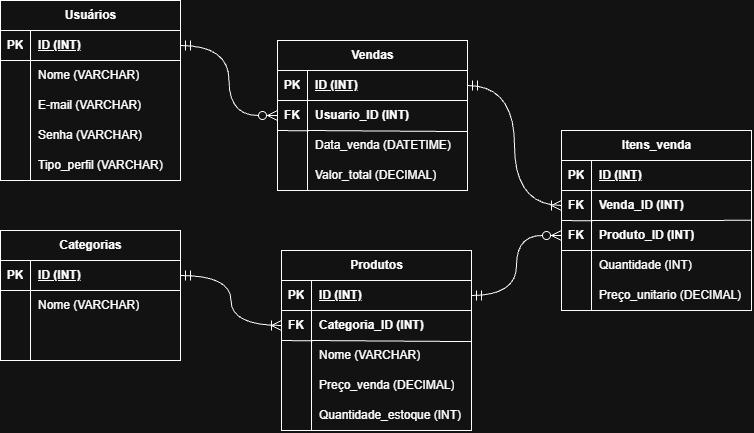
Before: Modelo_lógico/Modelo_lógico.drawio.png, a diagram exported from draw.io (nycollasHolanda/Trilha_Back-end). Source tidied: cells renumbered, new cells last; positions are measured from the earlier drawing's top-left corner, leaving out a move shared by most shapes.
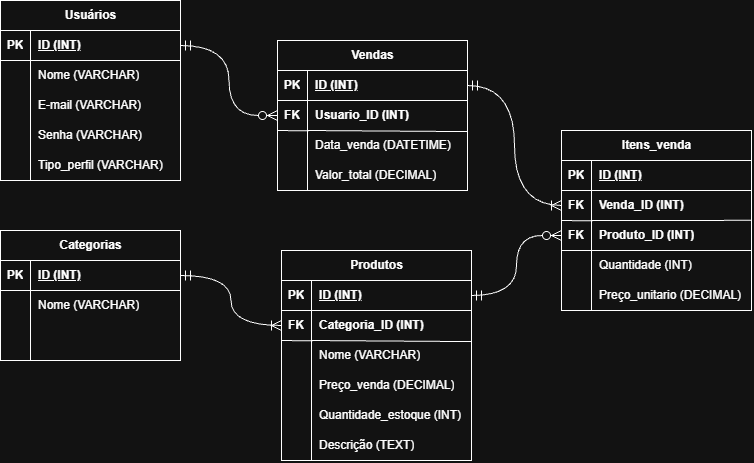
After the change.

Commit message:
docs: adiciona o atributo descrição ao modelo conceitual e lógico

Change to the diagram source:
```diff
@@ -51,7 +51,7 @@
       </mxGeometry>
     </mxCell>
     <mxCell id="17" value="Produtos" style="shape=table;startSize=30;rowLines=0;fontStyle=1;align=center;html=1;" parent="1" vertex="1">
-      <mxGeometry x="281" y="250" width="190" height="180" as="geometry" />
+      <mxGeometry x="281" y="250" width="190" height="210" as="geometry" />
     </mxCell>
     <mxCell id="18" style="shape=tableRow;horizontal=0;startSize=0;swimlaneHead=0;swimlaneBody=0;fillColor=none;points=[[0,0.5],[1,0.5]];portConstraint=eastwest;top=0;left=0;right=0;bottom=1;" parent="17" vertex="1">
       <mxGeometry y="30" width="190" height="30" as="geometry" />
@@ -278,5 +278,14 @@
         <mxPoint x="30" y="180" as="targetPoint" />
       </mxGeometry>
     </mxCell>
+    <mxCell id="86" value="Descrição (TEXT)" style="shape=partialRectangle;fillColor=none;top=0;left=0;bottom=0;right=0;align=left;spacingLeft=6;overflow=hidden;whiteSpace=wrap;html=1;" parent="1" vertex="1">
+      <mxGeometry x="311" y="430" width="160" height="30" as="geometry" />
+    </mxCell>
+    <mxCell id="87" style="edgeStyle=none;orthogonalLoop=1;jettySize=auto;html=1;rounded=0;fontSize=12;defaultLabelBackgroundColor=page;labelPadding=0 4;startSize=8;endSize=8;curved=1;endArrow=none;endFill=0;" parent="1" edge="1">
+      <mxGeometry relative="1" as="geometry">
+        <mxPoint x="311" y="430" as="sourcePoint" />
+        <mxPoint x="311" y="460" as="targetPoint" />
+      </mxGeometry>
+    </mxCell>
   </root>
 </mxGraphModel>
```
